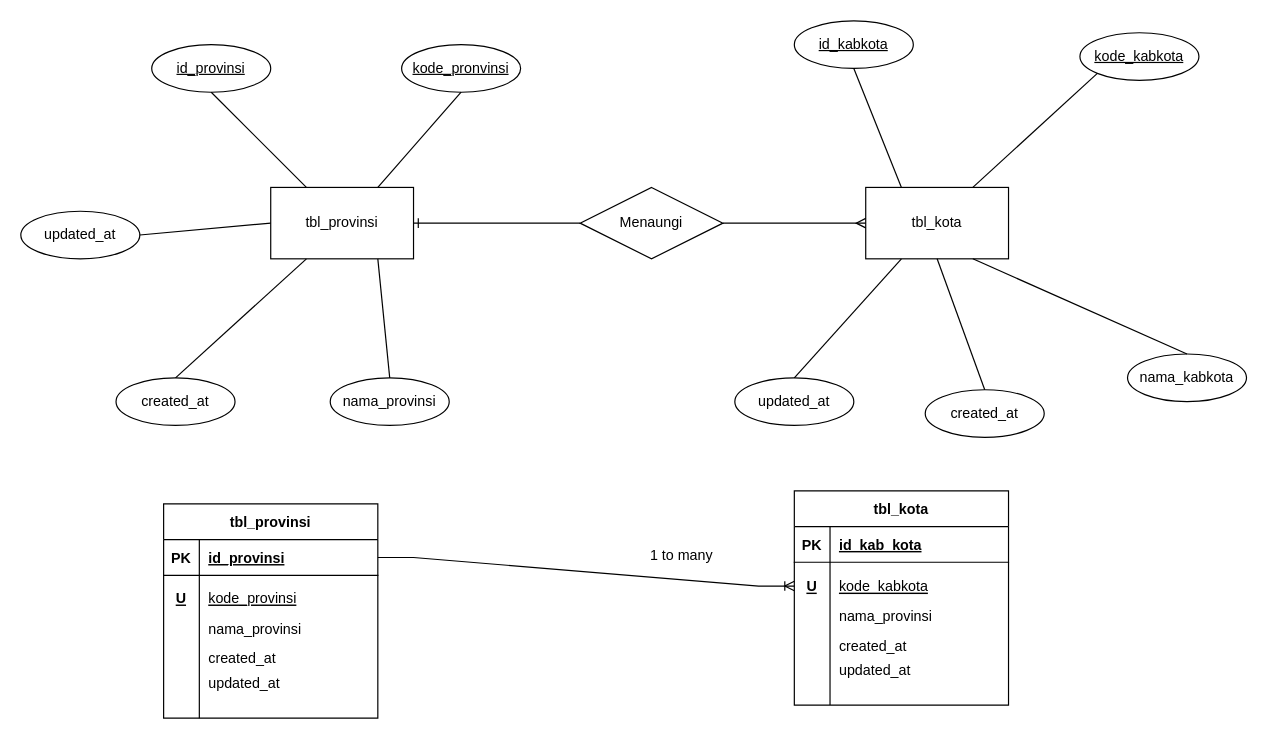
The draw.io diagram erd/Tugas OOP2 ERD.drawio in rafaelnuansa/tugas-oop-2-rafael-nuansa, before the edit. Source tidied: cells renumbered, new cells numbered last; positions are measured from the earlier drawing's top-left corner, leaving out a move shared by most shapes. Both pictures are drawn from the tidied source at 119%, with x=0, y=0 at pixel (20, 20).
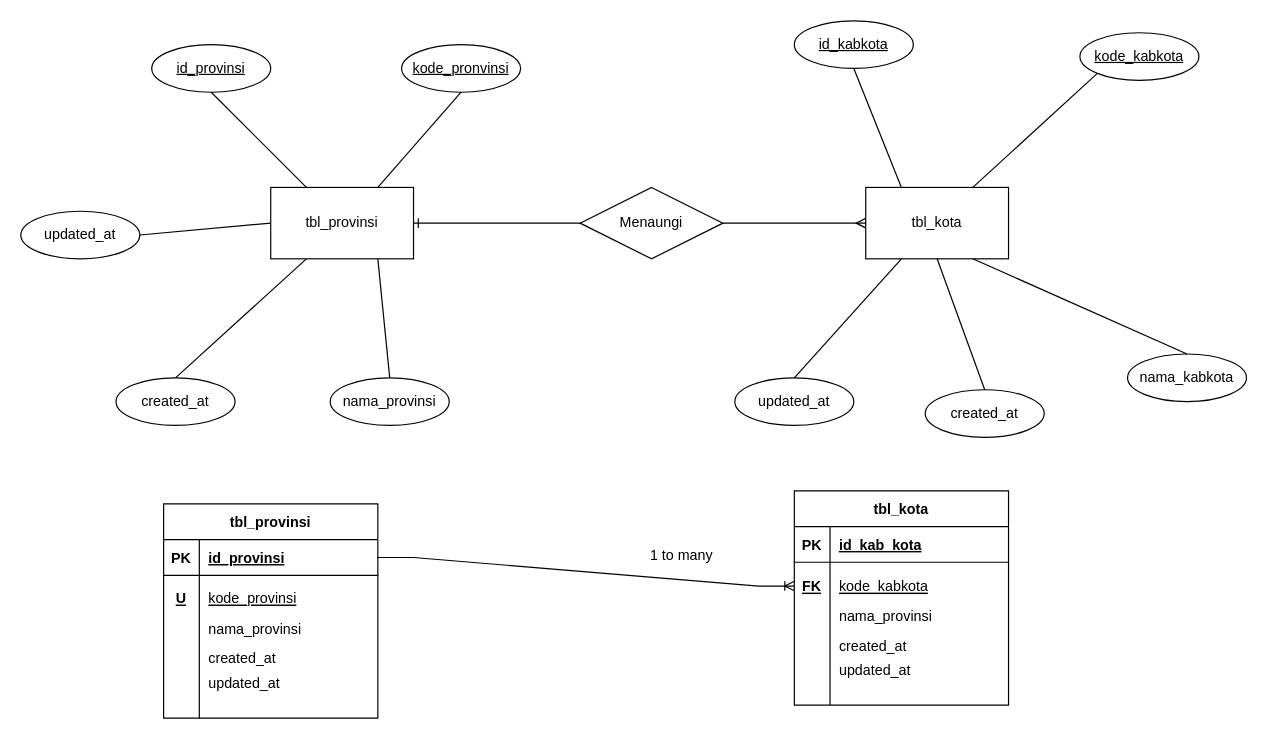
The same page after the edit.

The change refers to these unchanged cells:
```xml
<mxCell id="56" style="shape=tableRow;horizontal=0;startSize=0;swimlaneHead=0;swimlaneBody=0;fillColor=none;points=[[0,0.5],[1,0.5]];portConstraint=eastwest;top=0;left=0;right=0;bottom=0;" parent="1" vertex="1">
  <mxGeometry x="650" y="460" width="180" height="30" as="geometry" />
</mxCell>
```

The edit, as a diff of the source:
```diff
@@
-    <mxCell id="57" value="U" style="shape=partialRectangle;fillColor=none;top=0;left=0;bottom=0;right=0;overflow=hidden;fontStyle=5;" parent="56" vertex="1">
+    <mxCell id="57" value="FK" style="shape=partialRectangle;fillColor=none;top=0;left=0;bottom=0;right=0;overflow=hidden;fontStyle=5;" parent="56" vertex="1">
       <mxGeometry width="30" height="30" as="geometry" />
     </mxCell>
```
